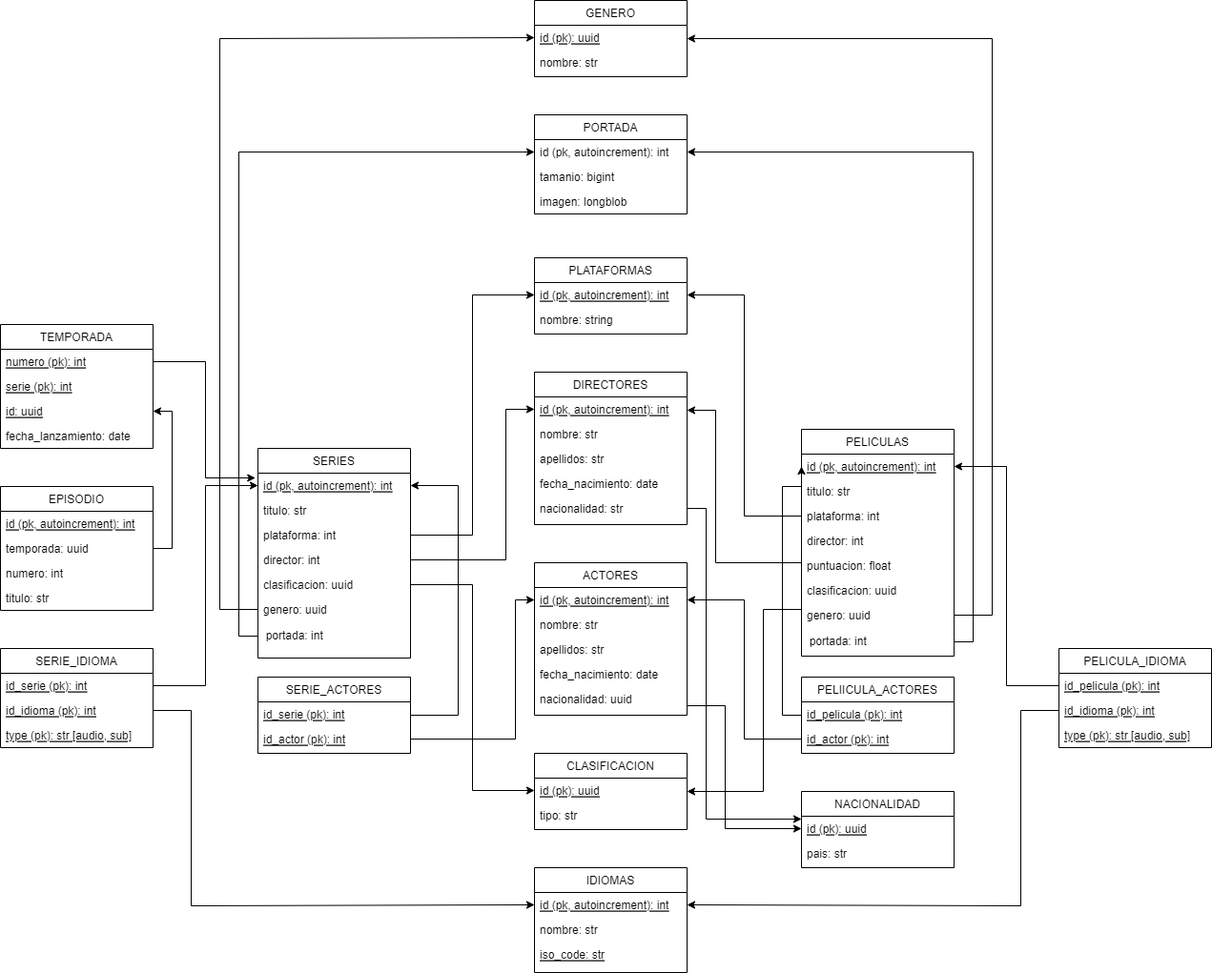
Above: database/database_fisico_avanzado.png in Master-VIU/MASW04_actividad_1 (draw.io), before the change. Source tidied: cells renumbered, new cells last; positions are measured from the earlier drawing's top-left corner, leaving out a move shared by most shapes.
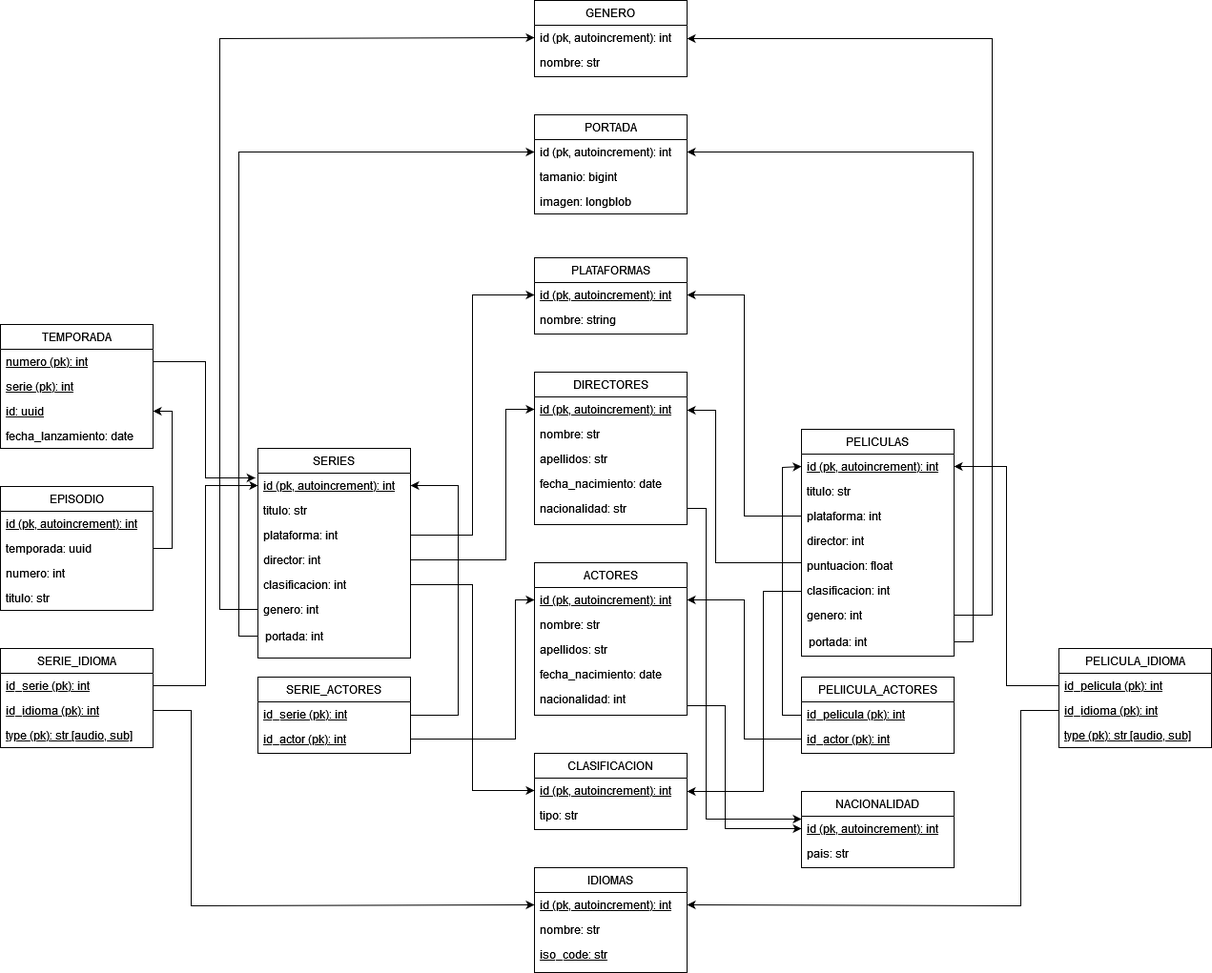
Later version of the same file.

Commit message:
updated draw io schema and image

Diff of the diagram source:
```diff
@@ -44,7 +44,7 @@
     <mxCell id="15" value="fecha_nacimiento: date" style="text;align=left;verticalAlign=top;spacingLeft=4;spacingRight=4;overflow=hidden;rounded=0;shadow=0;html=0;" parent="11" vertex="1">
       <mxGeometry y="104" width="160" height="26" as="geometry" />
     </mxCell>
-    <mxCell id="16" value="nacionalidad: uuid" style="text;align=left;verticalAlign=top;spacingLeft=4;spacingRight=4;overflow=hidden;points=[[0,0.5],[1,0.5]];portConstraint=eastwest;rounded=0;shadow=0;html=0;" parent="11" vertex="1">
+    <mxCell id="16" value="nacionalidad: int" style="text;align=left;verticalAlign=top;spacingLeft=4;spacingRight=4;overflow=hidden;points=[[0,0.5],[1,0.5]];portConstraint=eastwest;rounded=0;shadow=0;html=0;" parent="11" vertex="1">
       <mxGeometry y="130" width="160" height="26" as="geometry" />
     </mxCell>
     <mxCell id="17" value="IDIOMAS" style="swimlane;fontStyle=0;align=center;verticalAlign=top;horizontal=1;startSize=26;rounded=0;shadow=0;strokeWidth=1;" parent="1" vertex="1">
@@ -74,10 +74,10 @@
     <mxCell id="25" value="director: int" style="text;align=left;verticalAlign=top;spacingLeft=4;spacingRight=4;overflow=hidden;points=[[0,0.5],[1,0.5]];portConstraint=eastwest;rounded=0;shadow=0;html=0;" parent="21" vertex="1">
       <mxGeometry y="104" width="160" height="26" as="geometry" />
     </mxCell>
-    <mxCell id="26" value="clasificacion: uuid" style="text;align=left;verticalAlign=top;spacingLeft=4;spacingRight=4;overflow=hidden;points=[[0,0.5],[1,0.5]];portConstraint=eastwest;rounded=0;shadow=0;html=0;" parent="21" vertex="1">
+    <mxCell id="26" value="clasificacion: int" style="text;align=left;verticalAlign=top;spacingLeft=4;spacingRight=4;overflow=hidden;points=[[0,0.5],[1,0.5]];portConstraint=eastwest;rounded=0;shadow=0;html=0;" parent="21" vertex="1">
       <mxGeometry y="130" width="160" height="26" as="geometry" />
     </mxCell>
-    <mxCell id="27" value="genero: uuid" style="text;align=left;verticalAlign=top;spacingLeft=4;spacingRight=4;overflow=hidden;points=[[0,0.5],[1,0.5]];portConstraint=eastwest;rounded=0;shadow=0;html=0;" parent="21" vertex="1">
+    <mxCell id="27" value="genero: int" style="text;align=left;verticalAlign=top;spacingLeft=4;spacingRight=4;overflow=hidden;points=[[0,0.5],[1,0.5]];portConstraint=eastwest;rounded=0;shadow=0;html=0;" parent="21" vertex="1">
       <mxGeometry y="156" width="160" height="26" as="geometry" />
     </mxCell>
     <mxCell id="28" value="&amp;nbsp; portada: int" style="text;html=1;align=left;verticalAlign=middle;points=[];strokeColor=none;fillColor=none;" parent="21" vertex="1">
@@ -196,10 +196,10 @@
     <mxCell id="59" value="puntuacion: float" style="text;align=left;verticalAlign=top;spacingLeft=4;spacingRight=4;overflow=hidden;rounded=0;shadow=0;html=0;" parent="54" vertex="1">
       <mxGeometry y="130" width="160" height="26" as="geometry" />
     </mxCell>
-    <mxCell id="60" value="clasificacion: uuid" style="text;align=left;verticalAlign=top;spacingLeft=4;spacingRight=4;overflow=hidden;points=[[0,0.5],[1,0.5]];portConstraint=eastwest;rounded=0;shadow=0;html=0;" parent="54" vertex="1">
+    <mxCell id="60" value="clasificacion: int" style="text;align=left;verticalAlign=top;spacingLeft=4;spacingRight=4;overflow=hidden;points=[[0,0.5],[1,0.5]];portConstraint=eastwest;rounded=0;shadow=0;html=0;" parent="54" vertex="1">
       <mxGeometry y="156" width="160" height="26" as="geometry" />
     </mxCell>
-    <mxCell id="61" value="genero: uuid" style="text;align=left;verticalAlign=top;spacingLeft=4;spacingRight=4;overflow=hidden;points=[[0,0.5],[1,0.5]];portConstraint=eastwest;rounded=0;shadow=0;html=0;" parent="54" vertex="1">
+    <mxCell id="61" value="genero: int" style="text;align=left;verticalAlign=top;spacingLeft=4;spacingRight=4;overflow=hidden;points=[[0,0.5],[1,0.5]];portConstraint=eastwest;rounded=0;shadow=0;html=0;" parent="54" vertex="1">
       <mxGeometry y="182" width="160" height="26" as="geometry" />
     </mxCell>
     <mxCell id="62" value="&amp;nbsp; portada: int" style="text;html=1;align=left;verticalAlign=middle;points=[];strokeColor=none;fillColor=none;" parent="54" vertex="1">
@@ -219,7 +219,7 @@
         <Array as="points">
           <mxPoint x="840" y="750" />
           <mxPoint x="820" y="750" />
-          <mxPoint x="820" y="510" />
+          <mxPoint x="820" y="490" />
         </Array>
       </mxGeometry>
     </mxCell>
@@ -269,16 +269,16 @@
     <mxCell id="76" value="GENERO" style="swimlane;fontStyle=0;align=center;verticalAlign=top;horizontal=1;startSize=26;rounded=0;shadow=0;strokeWidth=1;" parent="1" vertex="1">
       <mxGeometry x="560" width="160" height="80" as="geometry" />
     </mxCell>
-    <mxCell id="77" value="id (pk): uuid" style="text;align=left;verticalAlign=top;spacingLeft=4;spacingRight=4;overflow=hidden;points=[[0,0.5],[1,0.5]];portConstraint=eastwest;fontStyle=4;" parent="76" vertex="1">
-      <mxGeometry y="26" width="160" height="26" as="geometry" />
-    </mxCell>
+    <mxCell id="97" value="id (pk, autoincrement): int&#10;" style="text;strokeColor=none;fillColor=none;align=left;verticalAlign=top;spacingLeft=4;spacingRight=4;overflow=hidden;" parent="76" vertex="1">
+      <mxGeometry y="26" width="160" height="26" as="geometry" />
+    </mxCell>
     <mxCell id="78" value="nombre: str" style="text;align=left;verticalAlign=top;spacingLeft=4;spacingRight=4;overflow=hidden;rounded=0;shadow=0;html=0;" parent="76" vertex="1">
       <mxGeometry y="52" width="160" height="26" as="geometry" />
     </mxCell>
     <mxCell id="79" value="CLASIFICACION" style="swimlane;fontStyle=0;align=center;verticalAlign=top;horizontal=1;startSize=26;rounded=0;shadow=0;strokeWidth=1;" parent="1" vertex="1">
       <mxGeometry x="560" y="790" width="160" height="80" as="geometry" />
     </mxCell>
-    <mxCell id="80" value="id (pk): uuid" style="text;align=left;verticalAlign=top;spacingLeft=4;spacingRight=4;overflow=hidden;points=[[0,0.5],[1,0.5]];portConstraint=eastwest;fontStyle=4;" parent="79" vertex="1">
+    <mxCell id="80" value="id (pk, autoincrement): int" style="text;align=left;verticalAlign=top;spacingLeft=4;spacingRight=4;overflow=hidden;points=[[0,0.5],[1,0.5]];portConstraint=eastwest;fontStyle=4;" parent="79" vertex="1">
       <mxGeometry y="26" width="160" height="26" as="geometry" />
     </mxCell>
     <mxCell id="81" value="tipo: str" style="text;align=left;verticalAlign=top;spacingLeft=4;spacingRight=4;overflow=hidden;rounded=0;shadow=0;html=0;" parent="79" vertex="1">
@@ -288,7 +288,8 @@
       <mxGeometry relative="1" as="geometry">
         <mxPoint x="720" y="830" as="targetPoint" />
         <Array as="points">
-          <mxPoint x="800" y="639" />
+          <mxPoint x="840" y="620" />
+          <mxPoint x="800" y="620" />
           <mxPoint x="800" y="830" />
         </Array>
       </mxGeometry>
@@ -304,8 +305,9 @@
         </Array>
       </mxGeometry>
     </mxCell>
-    <mxCell id="85" style="edgeStyle=orthogonalEdgeStyle;rounded=0;jettySize=auto;html=1;exitX=0;exitY=0.5;exitDx=0;exitDy=0;entryX=0;entryY=0.5;entryDx=0;entryDy=0;" parent="1" edge="1" source="27" target="77">
+    <mxCell id="85" style="edgeStyle=orthogonalEdgeStyle;rounded=0;jettySize=auto;html=1;exitX=0;exitY=0.5;exitDx=0;exitDy=0;entryX=0;entryY=0.5;entryDx=0;entryDy=0;" parent="1" edge="1" source="27">
       <mxGeometry relative="1" as="geometry">
+        <mxPoint x="560" y="39" as="targetPoint" />
         <Array as="points">
           <mxPoint x="230" y="639" />
           <mxPoint x="230" y="40" />
@@ -315,7 +317,7 @@
     <mxCell id="86" value="NACIONALIDAD" style="swimlane;fontStyle=0;align=center;verticalAlign=top;horizontal=1;startSize=26;rounded=0;shadow=0;strokeWidth=1;" parent="1" vertex="1">
       <mxGeometry x="840" y="830" width="160" height="80" as="geometry" />
     </mxCell>
-    <mxCell id="87" value="id (pk): uuid" style="text;align=left;verticalAlign=top;spacingLeft=4;spacingRight=4;overflow=hidden;points=[[0,0.5],[1,0.5]];portConstraint=eastwest;fontStyle=4;" parent="86" vertex="1">
+    <mxCell id="87" value="id (pk, autoincrement): int" style="text;align=left;verticalAlign=top;spacingLeft=4;spacingRight=4;overflow=hidden;points=[[0,0.5],[1,0.5]];portConstraint=eastwest;fontStyle=4;" parent="86" vertex="1">
       <mxGeometry y="26" width="160" height="26" as="geometry" />
     </mxCell>
     <mxCell id="88" value="pais: str" style="text;align=left;verticalAlign=top;spacingLeft=4;spacingRight=4;overflow=hidden;rounded=0;shadow=0;html=0;" parent="86" vertex="1">
```
